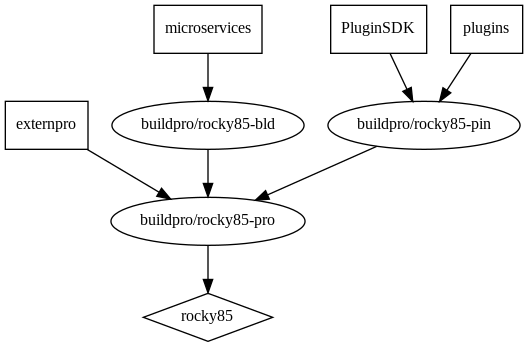
The Graphviz diagram dockergen/graph.png in externpro/externpro, before a commit. Its source is kept beside it as dockergen/graph.dot.
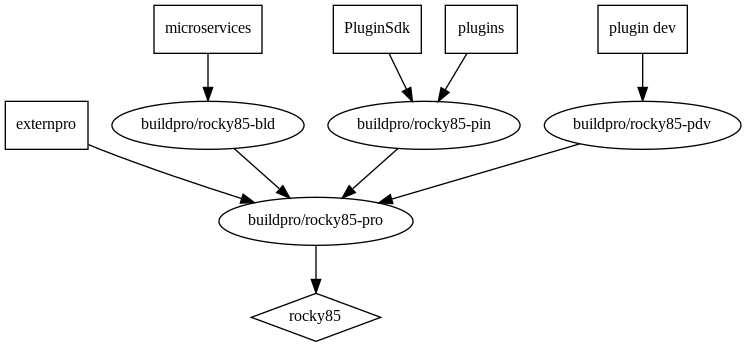
Later version of the same file.

Commit message:
dockergen: introducing rocky85-pdv

dot -Tpng -ograph.png graph.dot
issue https://github.com/externpro/buildpro/issues/95

What changed in the source:
```diff
@@ -2,14 +2,17 @@
   node [fontsize=12];
   "rocky85" [shape=diamond];
   "externpro" [shape=box];
-  "PluginSDK" [shape=box];
+  "PluginSdk" [shape=box];
   "plugins" [shape=box];
+  "plugin dev" [shape=box];
   "microservices" [shape=box];
   "buildpro/rocky85-pro" -> "rocky85";
   "buildpro/rocky85-bld" -> "buildpro/rocky85-pro";
   "buildpro/rocky85-pin" -> "buildpro/rocky85-pro";
+  "buildpro/rocky85-pdv" -> "buildpro/rocky85-pro";
   "externpro" -> "buildpro/rocky85-pro";
-  "PluginSDK" -> "buildpro/rocky85-pin";
+  "PluginSdk" -> "buildpro/rocky85-pin";
   "plugins" -> "buildpro/rocky85-pin";
+  "plugin dev" -> "buildpro/rocky85-pdv";
   "microservices" -> "buildpro/rocky85-bld";
 }
```
